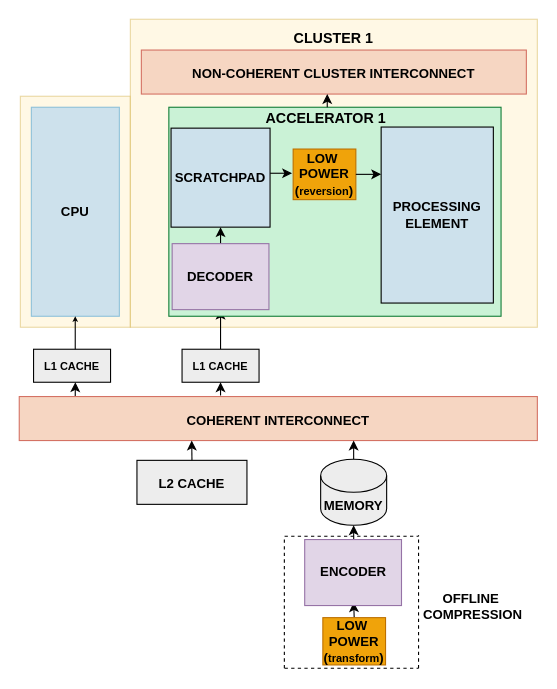
Above: System architecture.drawio in Nithyarajoman/Drawio-figures (draw.io), before the change. Source tidied: cells renumbered, new cells numbered last; positions are measured from the earlier drawing's top-left corner, leaving out a move shared by most shapes. Both pictures are drawn from the tidied source at 110%, with x=0, y=0 at pixel (19, 19).
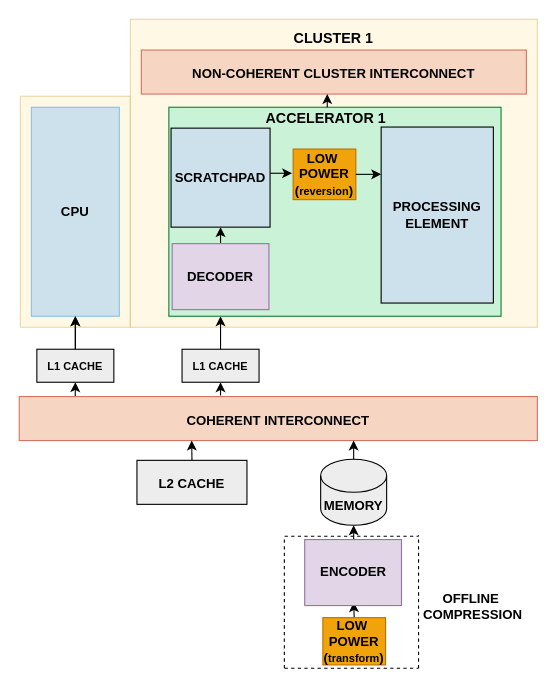
Above is the later version.

Unchanged cells that the change refers to:
```xml
<mxCell id="4" value="&lt;font&gt;&lt;b style=&quot;&quot;&gt;CPU&lt;/b&gt;&lt;/font&gt;" style="whiteSpace=wrap;html=1;fillColor=#CDE1EC;strokeColor=#8EC1DA;" parent="1" vertex="1">
  <mxGeometry x="11" y="80" width="80" height="190" as="geometry" />
</mxCell>
<mxCell id="15" value="&lt;p style=&quot;line-height: 460%; font-size: 10px;&quot;&gt;&lt;span style=&quot;font-size: 10px;&quot;&gt;&lt;b&gt;L1 CACHE&lt;/b&gt;&lt;/span&gt;&lt;/p&gt;" style="rounded=0;whiteSpace=wrap;html=1;fillColor=light-dark(#ededed, #1f2f1e);strokeColor=light-dark(#030303, #446e2c);fontSize=10;" parent="1" vertex="1">
  <mxGeometry x="148" y="300" width="70" height="30" as="geometry" />
</mxCell>
<mxCell id="31" value="&lt;b&gt;DECODER&lt;/b&gt;" style="whiteSpace=wrap;html=1;fillColor=#e1d5e7;strokeColor=#9673a6;" parent="1" vertex="1">
  <mxGeometry x="139" y="204" width="88" height="60" as="geometry" />
</mxCell>
```

Change to the diagram source:
```diff
@@
+    <mxCell id="37" style="edgeStyle=orthogonalEdgeStyle;rounded=0;jettySize=auto;html=1;" parent="1" edge="1" source="5" target="4">
+      <mxGeometry relative="1" as="geometry" />
+    </mxCell>
+    <mxCell id="38" style="edgeStyle=orthogonalEdgeStyle;rounded=0;jettySize=auto;html=1;" parent="1" edge="1" source="5" target="4">
+      <mxGeometry relative="1" as="geometry" />
+    </mxCell>
     <mxCell id="5" value="&lt;p style=&quot;line-height: 460%; font-size: 10px;&quot;&gt;&lt;span style=&quot;font-size: 10px;&quot;&gt;&lt;b&gt;L1 CACHE&lt;/b&gt;&lt;/span&gt;&lt;/p&gt;" style="rounded=0;whiteSpace=wrap;html=1;fillColor=light-dark(#ededed, #1f2f1e);strokeColor=light-dark(#030303, #446e2c);fontSize=10;" parent="1" vertex="1">
-      <mxGeometry x="13" y="300" width="70" height="30" as="geometry" />
+      <mxGeometry x="16" y="300" width="70" height="30" as="geometry" />
     </mxCell>
@@
-    <mxCell id="10" style="edgeStyle=none;html=1;exitX=0.75;exitY=0;exitDx=0;exitDy=0;entryX=0.5;entryY=1;entryDx=0;entryDy=0;fontSize=10;endSize=2;" parent="1" edge="1">
-      <mxGeometry relative="1" as="geometry">
-        <mxPoint x="50.9" y="300" as="sourcePoint" />
-        <mxPoint x="50.9" y="270" as="targetPoint" />
-      </mxGeometry>
-    </mxCell>
@@
-    <mxCell id="14" style="edgeStyle=orthogonalEdgeStyle;rounded=0;jettySize=auto;html=1;" parent="1" edge="1" source="15" target="31">
-      <mxGeometry relative="1" as="geometry" />
+    <mxCell id="14" style="edgeStyle=orthogonalEdgeStyle;rounded=0;jettySize=auto;html=1;" parent="1" edge="1" source="15">
+      <mxGeometry relative="1" as="geometry">
+        <mxPoint x="183" y="270" as="targetPoint" />
+      </mxGeometry>
     </mxCell>
```
